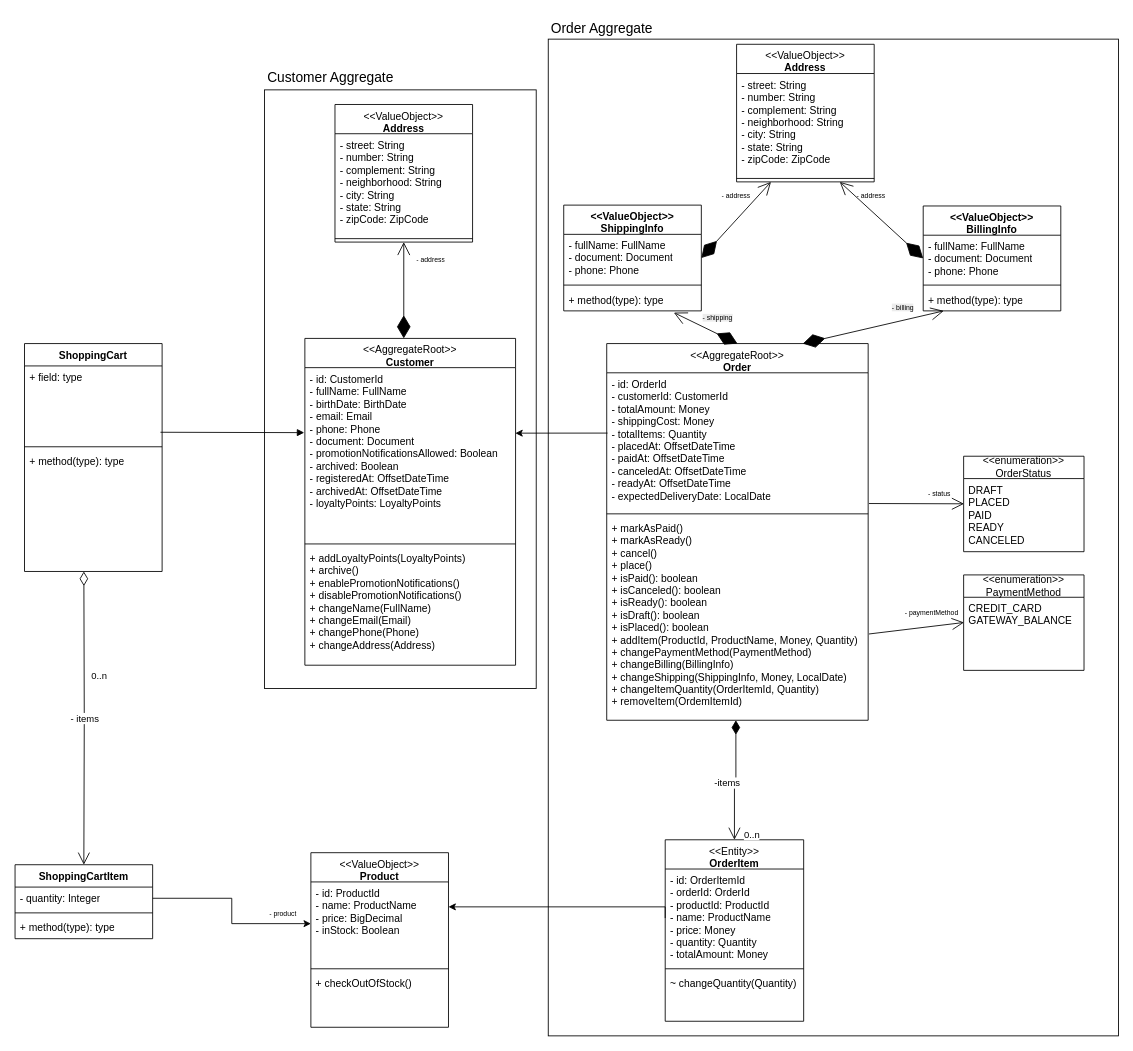
This is algashop.drawio from cadugr/algashop-docs, a draw.io file, before an edit. Source tidied: cells renumbered, new cells numbered last; positions are measured from the earlier drawing's top-left corner, leaving out a move shared by most shapes. Both pictures are drawn from the tidied source at 86%, with x=0, y=0 at pixel (15, 15).
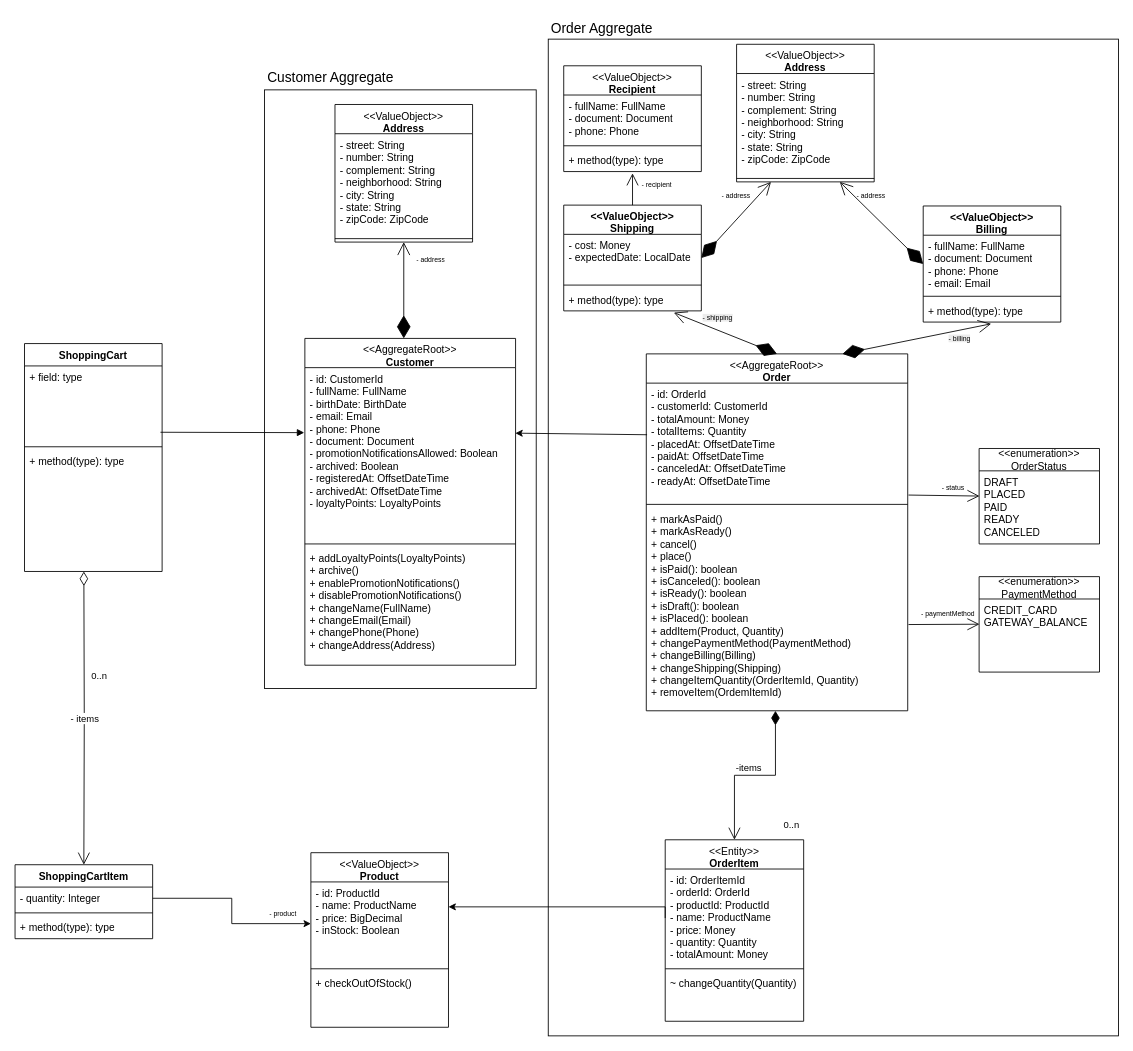
After the change.

Commit message:
Refining Order Aggregate

The edit, as a diff of the source:
```diff
@@
     <mxCell id="12" value="&lt;div&gt;&lt;span style=&quot;font-weight: normal;&quot;&gt;&amp;lt;&amp;lt;AggregateRoot&amp;gt;&amp;gt;&lt;/span&gt;&lt;/div&gt;Order" style="swimlane;fontStyle=1;align=center;verticalAlign=top;horizontal=1;startSize=34;whiteSpace=wrap;html=1;" parent="1" vertex="1">
-      <mxGeometry x="688" y="382" width="304" height="438" as="geometry" />
+      <mxGeometry x="734" y="394" width="304" height="415" as="geometry" />
     </mxCell>
-    <mxCell id="13" value="- id: OrderId&lt;div&gt;- customerId: CustomerId&lt;br&gt;&lt;div&gt;- totalAmount: Money&lt;/div&gt;&lt;div&gt;- shippingCost: Money&lt;/div&gt;&lt;div&gt;- totalItems: Quantity&lt;/div&gt;&lt;div&gt;- placedAt: OffsetDateTime&lt;/div&gt;&lt;div&gt;- paidAt:&amp;nbsp;&lt;span style=&quot;background-color: transparent; color: light-dark(rgb(0, 0, 0), rgb(255, 255, 255));&quot;&gt;OffsetDateTime&lt;/span&gt;&lt;/div&gt;&lt;div&gt;&lt;span style=&quot;background-color: transparent; color: light-dark(rgb(0, 0, 0), rgb(255, 255, 255));&quot;&gt;- canceledAt:&amp;nbsp;&lt;/span&gt;&lt;span style=&quot;background-color: transparent; color: light-dark(rgb(0, 0, 0), rgb(255, 255, 255));&quot;&gt;OffsetDateTime&lt;/span&gt;&lt;/div&gt;&lt;div&gt;&lt;span style=&quot;background-color: transparent; color: light-dark(rgb(0, 0, 0), rgb(255, 255, 255));&quot;&gt;- readyAt:&amp;nbsp;&lt;/span&gt;&lt;span style=&quot;background-color: transparent; color: light-dark(rgb(0, 0, 0), rgb(255, 255, 255));&quot;&gt;OffsetDateTime&lt;/span&gt;&lt;/div&gt;&lt;div&gt;&lt;span style=&quot;background-color: transparent; color: light-dark(rgb(0, 0, 0), rgb(255, 255, 255));&quot;&gt;- expectedDeliveryDate: LocalDate&lt;/span&gt;&lt;/div&gt;&lt;div&gt;&lt;br&gt;&lt;/div&gt;&lt;/div&gt;" style="text;strokeColor=none;fillColor=none;align=left;verticalAlign=top;spacingLeft=4;spacingRight=4;overflow=hidden;points=[[0,0.5],[1,0.5]];portConstraint=eastwest;whiteSpace=wrap;html=1;" parent="12" vertex="1">
-      <mxGeometry y="34" width="304" height="160" as="geometry" />
+    <mxCell id="13" value="- id: OrderId&lt;div&gt;- customerId: CustomerId&lt;br&gt;&lt;div&gt;- totalAmount: Money&lt;/div&gt;&lt;div&gt;- totalItems: Quantity&lt;/div&gt;&lt;div&gt;- placedAt: OffsetDateTime&lt;/div&gt;&lt;div&gt;- paidAt:&amp;nbsp;&lt;span style=&quot;background-color: transparent; color: light-dark(rgb(0, 0, 0), rgb(255, 255, 255));&quot;&gt;OffsetDateTime&lt;/span&gt;&lt;/div&gt;&lt;div&gt;&lt;span style=&quot;background-color: transparent; color: light-dark(rgb(0, 0, 0), rgb(255, 255, 255));&quot;&gt;- canceledAt:&amp;nbsp;&lt;/span&gt;&lt;span style=&quot;background-color: transparent; color: light-dark(rgb(0, 0, 0), rgb(255, 255, 255));&quot;&gt;OffsetDateTime&lt;/span&gt;&lt;/div&gt;&lt;div&gt;&lt;span style=&quot;background-color: transparent; color: light-dark(rgb(0, 0, 0), rgb(255, 255, 255));&quot;&gt;- readyAt:&amp;nbsp;&lt;/span&gt;&lt;span style=&quot;background-color: transparent; color: light-dark(rgb(0, 0, 0), rgb(255, 255, 255));&quot;&gt;OffsetDateTime&lt;/span&gt;&lt;/div&gt;&lt;/div&gt;" style="text;strokeColor=none;fillColor=none;align=left;verticalAlign=top;spacingLeft=4;spacingRight=4;overflow=hidden;points=[[0,0.5],[1,0.5]];portConstraint=eastwest;whiteSpace=wrap;html=1;" parent="12" vertex="1">
+      <mxGeometry y="34" width="304" height="137" as="geometry" />
     </mxCell>
     <mxCell id="14" style="line;strokeWidth=1;fillColor=none;align=left;verticalAlign=middle;spacingTop=-1;spacingLeft=3;spacingRight=3;labelPosition=right;strokeColor=inherit;" parent="12" vertex="1">
-      <mxGeometry y="194" width="304" height="8" as="geometry" />
+      <mxGeometry y="171" width="304" height="8" as="geometry" />
     </mxCell>
-    <mxCell id="15" value="+ markAsPaid()&lt;div&gt;+ markAsReady()&lt;/div&gt;&lt;div&gt;+ cancel()&lt;/div&gt;&lt;div&gt;+ place()&lt;/div&gt;&lt;div&gt;+ isPaid(): boolean&lt;/div&gt;&lt;div&gt;+ isCanceled(): boolean&lt;/div&gt;&lt;div&gt;+ isReady(): boolean&lt;/div&gt;&lt;div&gt;+ isDraft(): boolean&lt;/div&gt;&lt;div&gt;+ isPlaced(): boolean&lt;/div&gt;&lt;div&gt;+ addItem(ProductId, ProductName, Money, Quantity)&lt;/div&gt;&lt;div&gt;+ changePaymentMethod(PaymentMethod)&lt;/div&gt;&lt;div&gt;+ changeBilling(BillingInfo)&lt;/div&gt;&lt;div&gt;+ changeShipping(ShippingInfo, Money, LocalDate)&lt;/div&gt;&lt;div&gt;+ changeItemQuantity(OrderItemId, Quantity)&lt;/div&gt;&lt;div&gt;+ removeItem(OrdemItemId)&lt;/div&gt;&lt;div&gt;&lt;br&gt;&lt;/div&gt;" style="text;strokeColor=none;fillColor=none;align=left;verticalAlign=top;spacingLeft=4;spacingRight=4;overflow=hidden;points=[[0,0.5],[1,0.5]];portConstraint=eastwest;whiteSpace=wrap;html=1;" parent="12" vertex="1">
-      <mxGeometry y="202" width="304" height="236" as="geometry" />
+    <mxCell id="15" value="+ markAsPaid()&lt;div&gt;+ markAsReady()&lt;/div&gt;&lt;div&gt;+ cancel()&lt;/div&gt;&lt;div&gt;+ place()&lt;/div&gt;&lt;div&gt;+ isPaid(): boolean&lt;/div&gt;&lt;div&gt;+ isCanceled(): boolean&lt;/div&gt;&lt;div&gt;+ isReady(): boolean&lt;/div&gt;&lt;div&gt;+ isDraft(): boolean&lt;/div&gt;&lt;div&gt;+ isPlaced(): boolean&lt;/div&gt;&lt;div&gt;+ addItem(Product, Quantity)&lt;/div&gt;&lt;div&gt;+ changePaymentMethod(PaymentMethod)&lt;/div&gt;&lt;div&gt;+ changeBilling(Billing)&lt;/div&gt;&lt;div&gt;+ changeShipping(Shipping)&lt;/div&gt;&lt;div&gt;+ changeItemQuantity(OrderItemId, Quantity)&lt;/div&gt;&lt;div&gt;+ removeItem(OrdemItemId)&lt;/div&gt;&lt;div&gt;&lt;br&gt;&lt;/div&gt;" style="text;strokeColor=none;fillColor=none;align=left;verticalAlign=top;spacingLeft=4;spacingRight=4;overflow=hidden;points=[[0,0.5],[1,0.5]];portConstraint=eastwest;whiteSpace=wrap;html=1;" parent="12" vertex="1">
+      <mxGeometry y="179" width="304" height="236" as="geometry" />
     </mxCell>
@@
-    <mxCell id="41" value="&lt;div&gt;&amp;lt;&amp;lt;ValueObject&amp;gt;&amp;gt;&lt;/div&gt;ShippingInfo" style="swimlane;fontStyle=1;align=center;verticalAlign=top;horizontal=1;startSize=34;whiteSpace=wrap;html=1;" parent="1" vertex="1">
+    <mxCell id="41" value="&lt;div&gt;&amp;lt;&amp;lt;ValueObject&amp;gt;&amp;gt;&lt;/div&gt;Shipping" style="swimlane;fontStyle=1;align=center;verticalAlign=top;horizontal=1;startSize=34;whiteSpace=wrap;html=1;" parent="1" vertex="1">
       <mxGeometry x="638" y="221" width="160" height="123" as="geometry" />
     </mxCell>
-    <mxCell id="42" value="- fullName: FullName&lt;div&gt;- document: Document&lt;/div&gt;&lt;div&gt;- phone: Phone&lt;/div&gt;" style="text;strokeColor=none;fillColor=none;align=left;verticalAlign=top;spacingLeft=4;spacingRight=4;overflow=hidden;points=[[0,0.5],[1,0.5]];portConstraint=eastwest;whiteSpace=wrap;html=1;" parent="41" vertex="1">
+    <mxCell id="42" value="- cost: Money&lt;div&gt;- expectedDate: LocalDate&lt;/div&gt;" style="text;strokeColor=none;fillColor=none;align=left;verticalAlign=top;spacingLeft=4;spacingRight=4;overflow=hidden;points=[[0,0.5],[1,0.5]];portConstraint=eastwest;whiteSpace=wrap;html=1;" parent="41" vertex="1">
       <mxGeometry y="34" width="160" height="55" as="geometry" />
     </mxCell>
@@
-    <mxCell id="45" value="&lt;div&gt;&amp;lt;&amp;lt;ValueObject&amp;gt;&amp;gt;&lt;/div&gt;BillingInfo" style="swimlane;fontStyle=1;align=center;verticalAlign=top;horizontal=1;startSize=34;whiteSpace=wrap;html=1;" parent="1" vertex="1">
-      <mxGeometry x="1056" y="222" width="160" height="122" as="geometry" />
+    <mxCell id="45" value="&lt;div&gt;&amp;lt;&amp;lt;ValueObject&amp;gt;&amp;gt;&lt;/div&gt;Billing" style="swimlane;fontStyle=1;align=center;verticalAlign=top;horizontal=1;startSize=34;whiteSpace=wrap;html=1;" parent="1" vertex="1">
+      <mxGeometry x="1056" y="222" width="160" height="135" as="geometry" />
     </mxCell>
-    <mxCell id="46" value="- fullName: FullName&lt;div&gt;- document: Document&lt;/div&gt;&lt;div&gt;- phone: Phone&lt;/div&gt;" style="text;strokeColor=none;fillColor=none;align=left;verticalAlign=top;spacingLeft=4;spacingRight=4;overflow=hidden;points=[[0,0.5],[1,0.5]];portConstraint=eastwest;whiteSpace=wrap;html=1;" parent="45" vertex="1">
-      <mxGeometry y="34" width="160" height="54" as="geometry" />
+    <mxCell id="46" value="- fullName: FullName&lt;div&gt;- document: Document&lt;/div&gt;&lt;div&gt;- phone: Phone&lt;/div&gt;&lt;div&gt;- email: Email&lt;/div&gt;" style="text;strokeColor=none;fillColor=none;align=left;verticalAlign=top;spacingLeft=4;spacingRight=4;overflow=hidden;points=[[0,0.5],[1,0.5]];portConstraint=eastwest;whiteSpace=wrap;html=1;" parent="45" vertex="1">
+      <mxGeometry y="34" width="160" height="67" as="geometry" />
     </mxCell>
     <mxCell id="47" style="line;strokeWidth=1;fillColor=none;align=left;verticalAlign=middle;spacingTop=-1;spacingLeft=3;spacingRight=3;labelPosition=right;strokeColor=inherit;" parent="45" vertex="1">
-      <mxGeometry y="88" width="160" height="8" as="geometry" />
+      <mxGeometry y="101" width="160" height="8" as="geometry" />
     </mxCell>
     <mxCell id="48" value="+ method(type): type" style="text;strokeColor=none;fillColor=none;align=left;verticalAlign=top;spacingLeft=4;spacingRight=4;overflow=hidden;points=[[0,0.5],[1,0.5]];portConstraint=eastwest;whiteSpace=wrap;html=1;" parent="45" vertex="1">
-      <mxGeometry y="96" width="160" height="26" as="geometry" />
+      <mxGeometry y="109" width="160" height="26" as="geometry" />
     </mxCell>
@@
-    <mxCell id="50" style="endArrow=diamondThin;endFill=1;endSize=24;html=1;rounded=0;entryX=0.75;entryY=0;entryDx=0;entryDy=0;startArrow=open;startFill=0;startSize=13;" parent="1" edge="1" source="48" target="12">
+    <mxCell id="50" style="endArrow=diamondThin;endFill=1;endSize=24;html=1;rounded=0;entryX=0.75;entryY=0;entryDx=0;entryDy=0;startArrow=open;startFill=0;startSize=13;exitX=0.494;exitY=1.077;exitDx=0;exitDy=0;exitPerimeter=0;" parent="1" edge="1" source="48" target="12">
       <mxGeometry relative="1" as="geometry" />
     </mxCell>
@@
     <mxCell id="54" value="&lt;span style=&quot;color: rgb(0, 0, 0); font-family: Helvetica; font-size: 8px; font-style: normal; font-variant-ligatures: normal; font-variant-caps: normal; font-weight: 400; letter-spacing: normal; orphans: 2; text-align: left; text-indent: 0px; text-transform: none; widows: 2; word-spacing: 0px; -webkit-text-stroke-width: 0px; white-space: normal; background-color: rgb(236, 236, 236); text-decoration-thickness: initial; text-decoration-style: initial; text-decoration-color: initial; display: inline !important; float: none;&quot;&gt;- billing&lt;/span&gt;" style="text;whiteSpace=wrap;html=1;" parent="1" vertex="1">
-      <mxGeometry x="1018" y="325" width="62" height="37" as="geometry" />
+      <mxGeometry x="1083.5" y="361" width="62" height="37" as="geometry" />
     </mxCell>
@@
     <mxCell id="57" value="&lt;div&gt;&amp;lt;&amp;lt;enumeration&amp;gt;&amp;gt;&lt;/div&gt;OrderStatus" style="swimlane;fontStyle=0;horizontal=1;startSize=26;fillColor=none;whiteSpace=wrap;html=1;" parent="1" vertex="1">
-      <mxGeometry x="1103" y="513" width="140" height="111" as="geometry" />
+      <mxGeometry x="1121" y="504" width="140" height="111" as="geometry" />
     </mxCell>
@@
     <mxCell id="59" value="- status" style="text;strokeColor=none;fillColor=none;align=left;verticalAlign=top;spacingLeft=4;spacingRight=4;overflow=hidden;whiteSpace=wrap;html=1;fontSize=8;" parent="1" vertex="1">
-      <mxGeometry x="1056" y="546" width="85" height="18" as="geometry" />
+      <mxGeometry x="1072" y="539" width="85" height="18" as="geometry" />
     </mxCell>
     <mxCell id="60" value="&lt;div&gt;&amp;lt;&amp;lt;enumeration&amp;gt;&amp;gt;&lt;/div&gt;PaymentMethod" style="swimlane;fontStyle=0;horizontal=1;startSize=26;fillColor=none;whiteSpace=wrap;html=1;" parent="1" vertex="1">
-      <mxGeometry x="1103" y="651" width="140" height="111" as="geometry" />
+      <mxGeometry x="1121" y="653" width="140" height="111" as="geometry" />
     </mxCell>
@@
     <mxCell id="62" value="- paymentMethod" style="text;strokeColor=none;fillColor=none;align=left;verticalAlign=top;spacingLeft=4;spacingRight=4;overflow=hidden;whiteSpace=wrap;html=1;fontSize=8;" parent="1" vertex="1">
-      <mxGeometry x="1029" y="684" width="85" height="18" as="geometry" />
+      <mxGeometry x="1048" y="685" width="85" height="18" as="geometry" />
     </mxCell>
@@
+    <mxCell id="71" value="&lt;div&gt;&lt;span style=&quot;font-weight: normal;&quot;&gt;&amp;lt;&amp;lt;ValueObject&amp;gt;&amp;gt;&lt;/span&gt;&lt;/div&gt;Recipient" style="swimlane;fontStyle=1;align=center;verticalAlign=top;horizontal=1;startSize=34;whiteSpace=wrap;html=1;" parent="1" vertex="1">
+      <mxGeometry x="638" y="59" width="160" height="123" as="geometry" />
+    </mxCell>
+    <mxCell id="72" value="- fullName: FullName&lt;div&gt;- document: Document&lt;/div&gt;&lt;div&gt;- phone: Phone&lt;/div&gt;" style="text;strokeColor=none;fillColor=none;align=left;verticalAlign=top;spacingLeft=4;spacingRight=4;overflow=hidden;whiteSpace=wrap;html=1;" parent="71" vertex="1">
+      <mxGeometry y="34" width="160" height="55" as="geometry" />
+    </mxCell>
+    <mxCell id="73" style="line;strokeWidth=1;fillColor=none;align=left;verticalAlign=middle;spacingTop=-1;spacingLeft=3;spacingRight=3;labelPosition=right;strokeColor=inherit;" parent="71" vertex="1">
+      <mxGeometry y="89" width="160" height="8" as="geometry" />
+    </mxCell>
+    <mxCell id="74" value="+ method(type): type" style="text;strokeColor=none;fillColor=none;align=left;verticalAlign=top;spacingLeft=4;spacingRight=4;overflow=hidden;points=[[0,0.5],[1,0.5]];portConstraint=eastwest;whiteSpace=wrap;html=1;" parent="71" vertex="1">
+      <mxGeometry y="97" width="160" height="26" as="geometry" />
+    </mxCell>
+    <mxCell id="75" style="endArrow=open;endFill=1;endSize=12;html=1;rounded=0;exitX=0.5;exitY=0;exitDx=0;exitDy=0;entryX=0.5;entryY=1.077;entryDx=0;entryDy=0;entryPerimeter=0;" parent="1" edge="1" source="41" target="74">
+      <mxGeometry relative="1" as="geometry" />
+    </mxCell>
+    <mxCell id="76" value="- recipient" style="text;strokeColor=none;fillColor=none;align=left;verticalAlign=top;spacingLeft=4;spacingRight=4;overflow=hidden;whiteSpace=wrap;html=1;fontSize=8;" parent="1" vertex="1">
+      <mxGeometry x="723" y="186" width="85" height="18" as="geometry" />
+    </mxCell>
```
